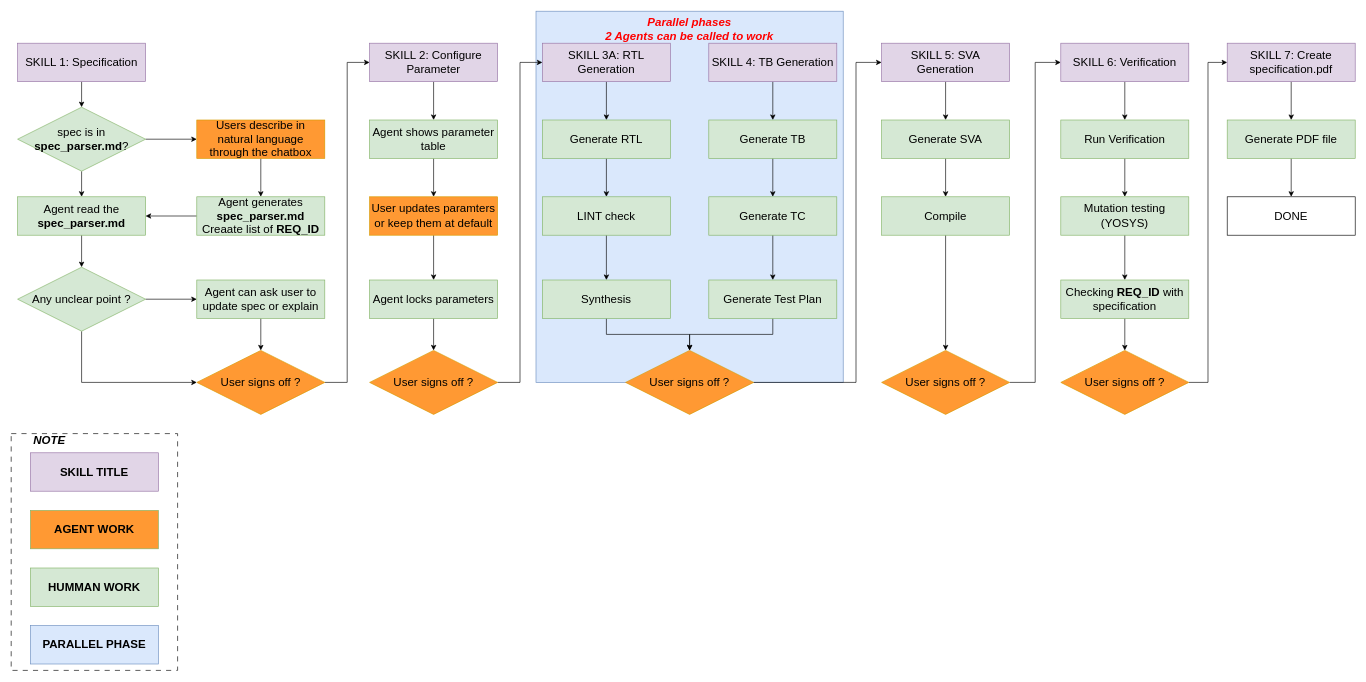
Before: agent_structure/VLSI_AI_FLOW.drawio in nguyenquanicd/VLSIT_RTL_Generator_AI_Flow, a draw.io diagram. Source tidied: cells renumbered, new cells numbered last; positions are measured from the earlier drawing's top-left corner, leaving out a move shared by most shapes. Both pictures are drawn from the tidied source at 64%, with x=0, y=0 at pixel (11, 11).
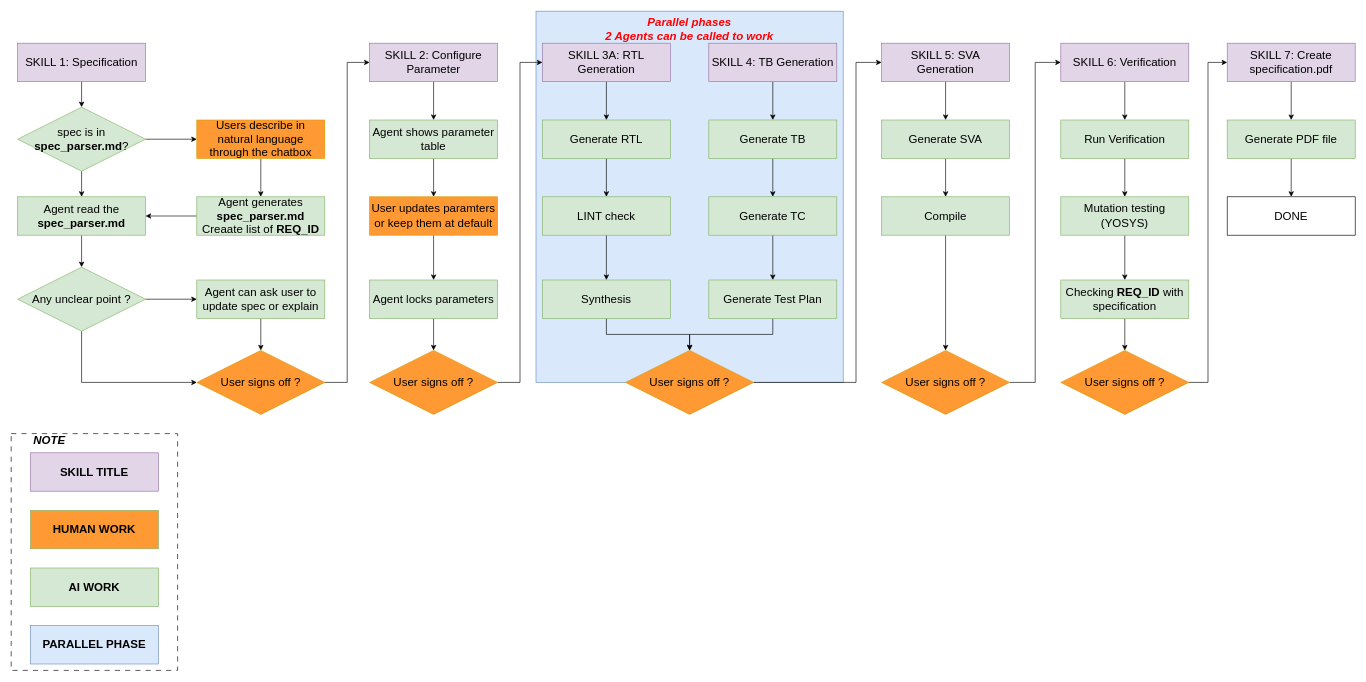
The same diagram, later.

Commit message:
Diagram bug fix

Change to the diagram source:
```diff
@@
-    <mxCell id="74" value="AGENT WORK" style="rounded=0;whiteSpace=wrap;html=1;fillColor=#FF9933;strokeColor=#82b366;fontStyle=1;fontSize=18;" parent="1" vertex="1">
+    <mxCell id="74" value="HUMAN WORK" style="rounded=0;whiteSpace=wrap;html=1;fillColor=#FF9933;strokeColor=#82b366;fontStyle=1;fontSize=18;" parent="1" vertex="1">
       <mxGeometry x="30" y="780" width="200" height="60" as="geometry" />
     </mxCell>
-    <mxCell id="75" value="HUMMAN WORK" style="rounded=0;whiteSpace=wrap;html=1;fillColor=#d5e8d4;strokeColor=#82b366;fontStyle=1;fontSize=18;" parent="1" vertex="1">
+    <mxCell id="75" value="AI WORK" style="rounded=0;whiteSpace=wrap;html=1;fillColor=#d5e8d4;strokeColor=#82b366;fontStyle=1;fontSize=18;" parent="1" vertex="1">
       <mxGeometry x="30" y="870" width="200" height="60" as="geometry" />
     </mxCell>
```
